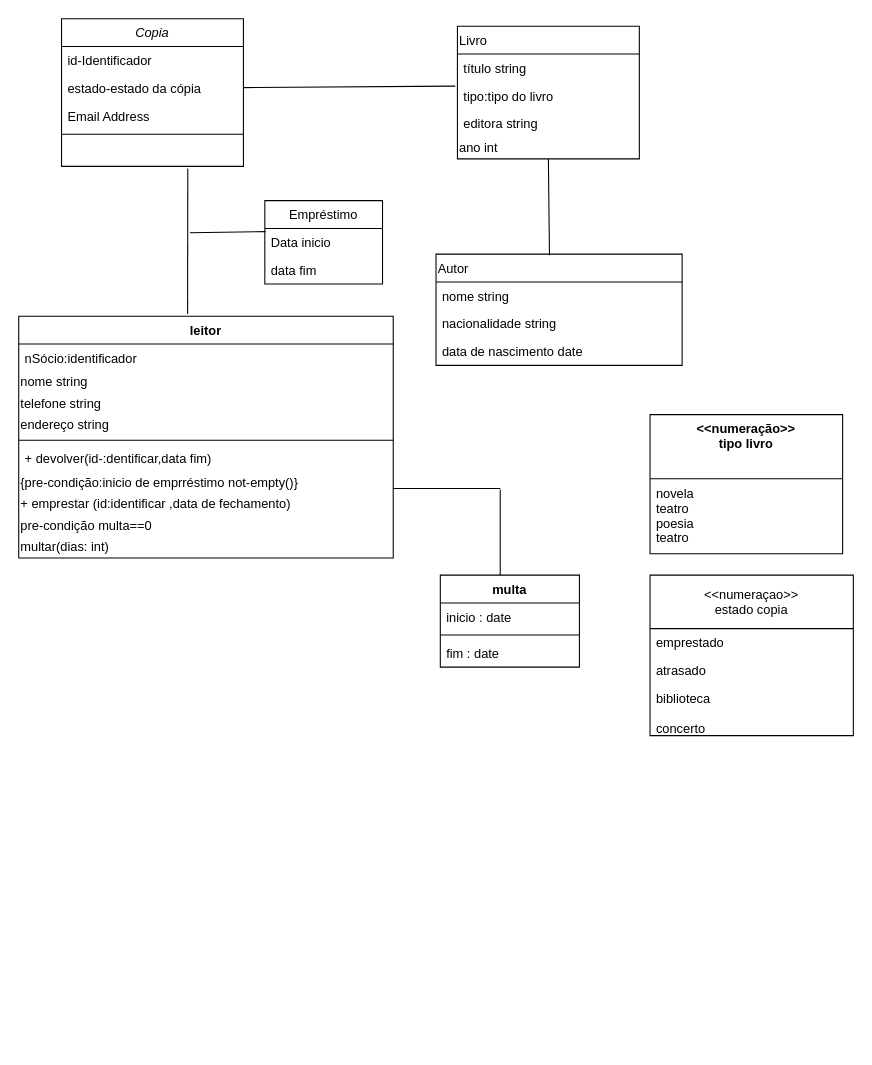
The draw.io diagram Untitled Diagram.drawio in FELIPESANTACRUZ/Class-Diagrams-, before the edit. Source tidied: cells renumbered, new cells numbered last; positions are measured from the earlier drawing's top-left corner, leaving out a move shared by most shapes. Both pictures are drawn from the tidied source at 107%, with x=0, y=0 at pixel (18, 18).
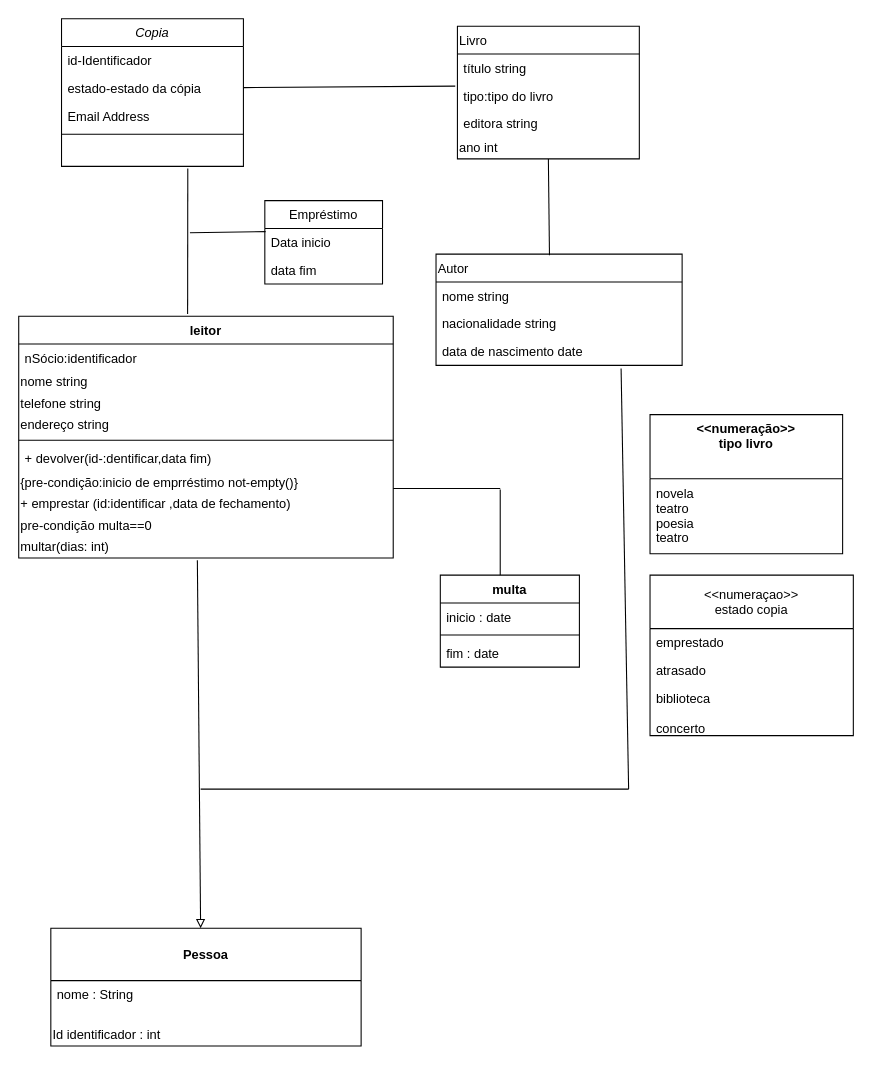
After the change.

Unchanged cells that the change refers to:
```xml
<mxCell id="26" value="multar(dias: int)" style="text;html=1;strokeColor=none;fillColor=none;align=left;verticalAlign=middle;whiteSpace=wrap;rounded=0;" parent="16" vertex="1">
  <mxGeometry y="206" width="350" height="20" as="geometry" />
</mxCell>
<mxCell id="33" value="data de nascimento date" style="text;strokeColor=none;fillColor=none;align=left;verticalAlign=top;spacingLeft=4;spacingRight=4;overflow=hidden;points=[[0,0.5],[1,0.5]];portConstraint=eastwest;" parent="30" vertex="1">
  <mxGeometry y="78" width="230" height="26" as="geometry" />
</mxCell>
```

The edit, as a diff of the source:
```diff
@@
+    <mxCell id="46" value="Pessoa" style="swimlane;fontStyle=1;horizontal=1;startSize=49;fillColor=none;" parent="1" vertex="1">
+      <mxGeometry x="30" y="850" width="290" height="110" as="geometry" />
+    </mxCell>
+    <mxCell id="47" value="nome : String" style="text;strokeColor=none;fillColor=none;align=left;verticalAlign=top;spacingLeft=4;spacingRight=4;overflow=hidden;" parent="46" vertex="1">
+      <mxGeometry y="49" width="290" height="41" as="geometry" />
+    </mxCell>
+    <mxCell id="48" value="Id identificador : int" style="text;html=1;strokeColor=none;fillColor=none;align=left;verticalAlign=middle;whiteSpace=wrap;rounded=0;" parent="46" vertex="1">
+      <mxGeometry y="90" width="290" height="20" as="geometry" />
+    </mxCell>
+    <mxCell id="49" style="endArrow=none;html=1;entryX=0.477;entryY=1.1;entryDx=0;entryDy=0;entryPerimeter=0;startArrow=block;startFill=0;" parent="1" edge="1" target="26">
+      <mxGeometry relative="1" as="geometry">
+        <mxPoint x="170" y="850" as="sourcePoint" />
+      </mxGeometry>
+    </mxCell>
+    <mxCell id="50" style="endArrow=none;html=1;" parent="1" edge="1">
+      <mxGeometry relative="1" as="geometry">
+        <mxPoint x="170" y="720" as="sourcePoint" />
+        <mxPoint x="570" y="720" as="targetPoint" />
+      </mxGeometry>
+    </mxCell>
+    <mxCell id="51" style="endArrow=none;html=1;entryX=0.752;entryY=1.115;entryDx=0;entryDy=0;entryPerimeter=0;" parent="1" edge="1" target="33">
+      <mxGeometry relative="1" as="geometry">
+        <mxPoint x="570" y="720" as="sourcePoint" />
+      </mxGeometry>
+    </mxCell>
```
